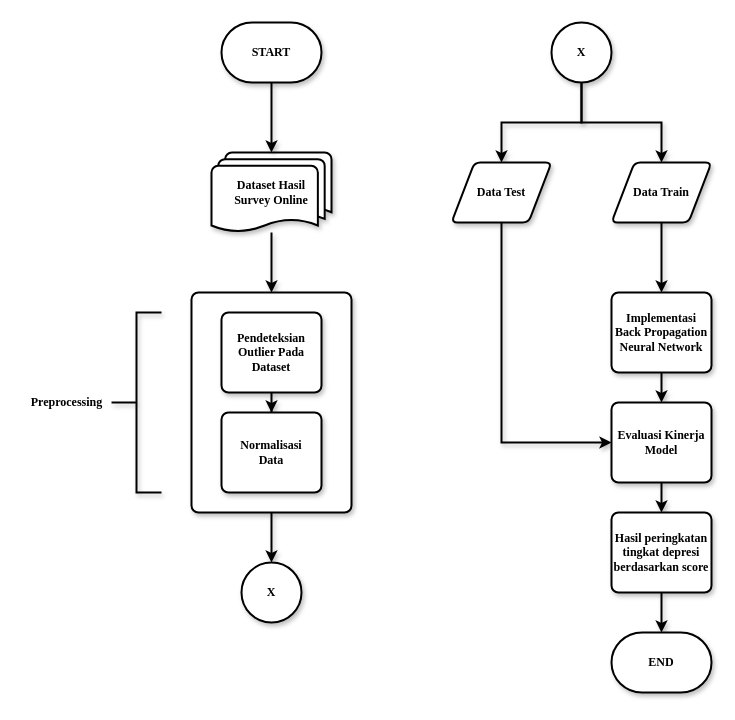
Before: assignments/Flowchart Alur Kerja Penelitian TKSIC.drawio in trueazp/Data-Mining, a draw.io diagram. Source tidied: cells renumbered, new cells numbered last; positions are measured from the earlier drawing's top-left corner, leaving out a move shared by most shapes. Both pictures are drawn from the tidied source at 100%, with x=0, y=0 at pixel (21, 22).
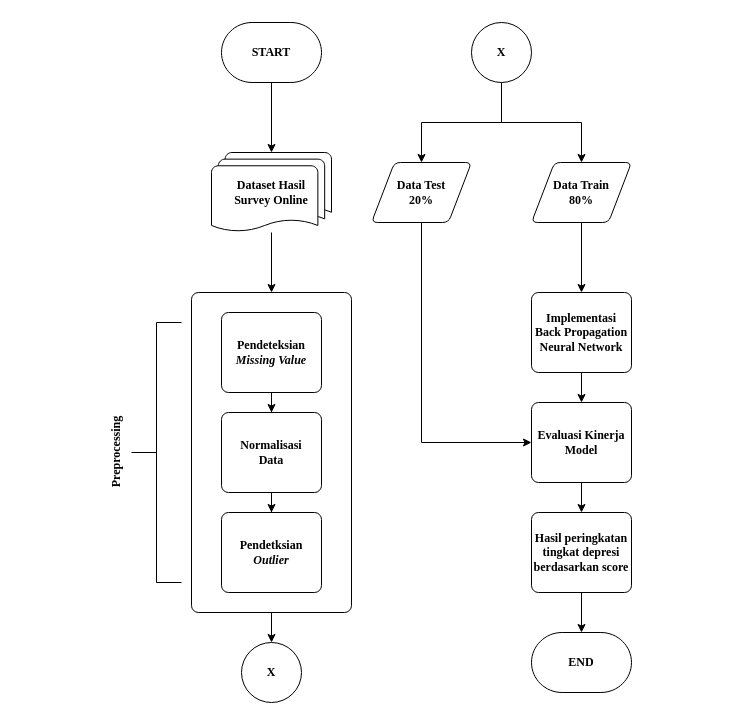
Above is the later version.

Commit message:
hopefully correct - 2

Change to the diagram source:
```diff
@@
-    <mxCell id="2" style="edgeStyle=orthogonalEdgeStyle;rounded=0;jettySize=auto;html=1;entryX=0.5;entryY=0;entryDx=0;entryDy=0;fontColor=default;fontFamily=Times New Roman;fontStyle=1;labelBackgroundColor=none;strokeWidth=2;shadow=1;" parent="1" edge="1" source="3" target="5">
+    <mxCell id="2" style="edgeStyle=orthogonalEdgeStyle;rounded=0;jettySize=auto;html=1;entryX=0.5;entryY=0;entryDx=0;entryDy=0;fontColor=default;fontFamily=Times New Roman;fontStyle=1;labelBackgroundColor=none;strokeWidth=1;shadow=0;" parent="1" edge="1" source="3" target="5">
       <mxGeometry relative="1" as="geometry" />
     </mxCell>
-    <mxCell id="3" value="&lt;div&gt;Dataset Hasil &lt;br&gt;&lt;/div&gt;&lt;div&gt;Survey Online&lt;/div&gt;" style="strokeWidth=2;html=1;shape=mxgraph.flowchart.multi-document;whiteSpace=wrap;labelBackgroundColor=none;fontColor=default;fillColor=default;fontFamily=Times New Roman;fontStyle=1;shadow=1;" parent="1" vertex="1">
+    <mxCell id="3" value="&lt;div&gt;Dataset Hasil &lt;br&gt;&lt;/div&gt;&lt;div&gt;Survey Online&lt;/div&gt;" style="strokeWidth=1;html=1;shape=mxgraph.flowchart.multi-document;whiteSpace=wrap;labelBackgroundColor=none;fontColor=default;fillColor=default;fontFamily=Times New Roman;fontStyle=1;shadow=0;" parent="1" vertex="1">
       <mxGeometry x="190" y="130" width="120" height="80" as="geometry" />
     </mxCell>
-    <mxCell id="4" style="edgeStyle=orthogonalEdgeStyle;rounded=0;jettySize=auto;html=1;entryX=0.5;entryY=0;entryDx=0;entryDy=0;entryPerimeter=0;fontColor=default;fontFamily=Times New Roman;fontStyle=1;labelBackgroundColor=none;strokeWidth=2;shadow=1;" parent="1" edge="1" source="5" target="11">
+    <mxCell id="4" style="edgeStyle=orthogonalEdgeStyle;rounded=0;jettySize=auto;html=1;entryX=0.5;entryY=0;entryDx=0;entryDy=0;entryPerimeter=0;shadow=0;strokeWidth=1;" parent="1" edge="1" source="5" target="11">
       <mxGeometry relative="1" as="geometry" />
     </mxCell>
-    <mxCell id="5" style="rounded=1;whiteSpace=wrap;html=1;absoluteArcSize=1;arcSize=14;strokeWidth=2;labelBackgroundColor=none;fontColor=default;fillColor=default;fontFamily=Times New Roman;fontStyle=1;shadow=1;" parent="1" vertex="1">
-      <mxGeometry x="170" y="270" width="160" height="220" as="geometry" />
+    <mxCell id="5" style="rounded=1;whiteSpace=wrap;html=1;absoluteArcSize=1;arcSize=14;strokeWidth=1;labelBackgroundColor=none;fontColor=default;fillColor=default;fontFamily=Times New Roman;fontStyle=1;shadow=0;" parent="1" vertex="1">
+      <mxGeometry x="170" y="270" width="160" height="320" as="geometry" />
     </mxCell>
-    <mxCell id="6" style="edgeStyle=orthogonalEdgeStyle;rounded=0;jettySize=auto;html=1;entryX=0.5;entryY=0;entryDx=0;entryDy=0;fontColor=default;fontFamily=Times New Roman;fontStyle=1;labelBackgroundColor=none;strokeWidth=2;shadow=1;" parent="1" edge="1" source="7" target="8">
+    <mxCell id="6" style="edgeStyle=orthogonalEdgeStyle;rounded=0;jettySize=auto;html=1;entryX=0.5;entryY=0;entryDx=0;entryDy=0;fontColor=default;fontFamily=Times New Roman;fontStyle=1;labelBackgroundColor=none;strokeWidth=1;shadow=0;" parent="1" edge="1" source="7" target="8">
       <mxGeometry relative="1" as="geometry" />
     </mxCell>
-    <mxCell id="7" value="Pendeteksian Outlier Pada Dataset" style="rounded=1;whiteSpace=wrap;html=1;absoluteArcSize=1;arcSize=14;strokeWidth=2;labelBackgroundColor=none;fontColor=default;fillColor=default;gradientColor=none;fontFamily=Times New Roman;fontStyle=1;shadow=1;" parent="1" vertex="1">
+    <mxCell id="7" value="Pendeteksian &lt;i&gt;Missing Value&lt;/i&gt; " style="rounded=1;whiteSpace=wrap;html=1;absoluteArcSize=1;arcSize=14;strokeWidth=1;labelBackgroundColor=none;fontColor=default;fillColor=default;gradientColor=none;fontFamily=Times New Roman;fontStyle=1;shadow=0;" parent="1" vertex="1">
       <mxGeometry x="200" y="290" width="100" height="80" as="geometry" />
     </mxCell>
+    <mxCell id="28" style="edgeStyle=orthogonalEdgeStyle;rounded=0;jettySize=auto;html=1;shadow=0;strokeWidth=1;" parent="1" edge="1" source="8" target="29">
+      <mxGeometry relative="1" as="geometry" />
+    </mxCell>
-    <mxCell id="8" value="&lt;div&gt;Normalisasi &lt;br&gt;&lt;/div&gt;&lt;div&gt;Data&lt;/div&gt;" style="rounded=1;whiteSpace=wrap;html=1;absoluteArcSize=1;arcSize=14;strokeWidth=2;labelBackgroundColor=none;fontColor=default;fillColor=default;gradientColor=none;fontFamily=Times New Roman;fontStyle=1;shadow=1;" parent="1" vertex="1">
+    <mxCell id="8" value="&lt;div&gt;Normalisasi &lt;br&gt;&lt;/div&gt;&lt;div&gt;Data&lt;/div&gt;" style="rounded=1;whiteSpace=wrap;html=1;absoluteArcSize=1;arcSize=14;strokeWidth=1;labelBackgroundColor=none;fontColor=default;fillColor=default;gradientColor=none;fontFamily=Times New Roman;fontStyle=1;shadow=0;" parent="1" vertex="1">
       <mxGeometry x="200" y="390" width="100" height="80" as="geometry" />
     </mxCell>
-    <mxCell id="9" style="strokeWidth=2;html=1;shape=mxgraph.flowchart.annotation_2;align=left;labelPosition=right;labelBackgroundColor=none;fontColor=default;fillColor=default;gradientColor=none;strokeColor=default;fontFamily=Times New Roman;fontStyle=1;whiteSpace=wrap;shadow=1;" parent="1" vertex="1">
-      <mxGeometry x="90" y="290" width="50" height="180" as="geometry" />
+    <mxCell id="9" style="strokeWidth=1;html=1;shape=mxgraph.flowchart.annotation_2;align=left;labelPosition=right;labelBackgroundColor=none;fontColor=default;fillColor=default;gradientColor=none;strokeColor=default;fontFamily=Times New Roman;fontStyle=1;whiteSpace=wrap;shadow=0;" parent="1" vertex="1">
+      <mxGeometry x="110" y="300" width="50" height="260" as="geometry" />
     </mxCell>
-    <mxCell id="10" value="Preprocessing" style="text;html=1;align=center;verticalAlign=middle;strokeColor=none;fillColor=none;fontColor=default;fontFamily=Times New Roman;fontStyle=1;labelBackgroundColor=none;strokeWidth=2;shadow=1;" parent="1" vertex="1">
-      <mxGeometry y="370" width="90" height="20" as="geometry" />
+    <mxCell id="10" value="Preprocessing" style="text;html=1;align=center;verticalAlign=middle;strokeColor=none;fillColor=none;fontColor=default;fontFamily=Times New Roman;fontStyle=1;labelBackgroundColor=none;strokeWidth=1;shadow=0;rotation=270;" parent="1" vertex="1">
+      <mxGeometry x="50" y="420" width="90" height="20" as="geometry" />
     </mxCell>
-    <mxCell id="11" value="X" style="strokeWidth=2;html=1;shape=mxgraph.flowchart.start_2;whiteSpace=wrap;labelBackgroundColor=none;fontColor=default;fillColor=default;gradientColor=none;fontFamily=Times New Roman;fontStyle=1;shadow=1;" parent="1" vertex="1">
-      <mxGeometry x="220" y="540" width="60" height="60" as="geometry" />
+    <mxCell id="11" value="X" style="strokeWidth=1;html=1;shape=mxgraph.flowchart.start_2;whiteSpace=wrap;labelBackgroundColor=none;fontColor=default;fillColor=default;gradientColor=none;fontFamily=Times New Roman;fontStyle=1;shadow=0;" parent="1" vertex="1">
+      <mxGeometry x="220" y="620" width="60" height="60" as="geometry" />
     </mxCell>
-    <mxCell id="12" style="edgeStyle=orthogonalEdgeStyle;rounded=0;jettySize=auto;html=1;entryX=0.5;entryY=0;entryDx=0;entryDy=0;fontColor=default;fontFamily=Times New Roman;fontStyle=1;labelBackgroundColor=none;strokeWidth=2;shadow=1;" parent="1" edge="1" source="14" target="18">
+    <mxCell id="12" style="edgeStyle=orthogonalEdgeStyle;rounded=0;jettySize=auto;html=1;entryX=0.5;entryY=0;entryDx=0;entryDy=0;fontColor=default;fontFamily=Times New Roman;fontStyle=1;labelBackgroundColor=none;strokeWidth=1;shadow=0;" parent="1" edge="1" source="14" target="18">
       <mxGeometry relative="1" as="geometry" />
     </mxCell>
-    <mxCell id="13" style="edgeStyle=orthogonalEdgeStyle;rounded=0;jettySize=auto;html=1;entryX=0.5;entryY=0;entryDx=0;entryDy=0;fontColor=default;fontFamily=Times New Roman;fontStyle=1;labelBackgroundColor=none;strokeWidth=2;shadow=1;" parent="1" edge="1" source="14" target="16">
+    <mxCell id="13" style="edgeStyle=orthogonalEdgeStyle;rounded=0;jettySize=auto;html=1;entryX=0.5;entryY=0;entryDx=0;entryDy=0;fontColor=default;fontFamily=Times New Roman;fontStyle=1;labelBackgroundColor=none;strokeWidth=1;shadow=0;" parent="1" edge="1" source="14" target="16">
       <mxGeometry relative="1" as="geometry" />
     </mxCell>
-    <mxCell id="14" value="X" style="strokeWidth=2;html=1;shape=mxgraph.flowchart.start_2;whiteSpace=wrap;labelBackgroundColor=none;fontColor=default;fillColor=default;gradientColor=none;fontFamily=Times New Roman;fontStyle=1;shadow=1;" parent="1" vertex="1">
-      <mxGeometry x="530" width="60" height="60" as="geometry" />
+    <mxCell id="14" value="X" style="strokeWidth=1;html=1;shape=mxgraph.flowchart.start_2;whiteSpace=wrap;labelBackgroundColor=none;fontColor=default;fillColor=default;gradientColor=none;fontFamily=Times New Roman;fontStyle=1;shadow=0;" parent="1" vertex="1">
+      <mxGeometry x="450" width="60" height="60" as="geometry" />
     </mxCell>
-    <mxCell id="15" style="edgeStyle=orthogonalEdgeStyle;rounded=0;jettySize=auto;html=1;entryX=0;entryY=0.5;entryDx=0;entryDy=0;fontColor=default;exitX=0.5;exitY=1;exitDx=0;exitDy=0;fontFamily=Times New Roman;fontStyle=1;labelBackgroundColor=none;strokeWidth=2;shadow=1;" parent="1" edge="1" source="16" target="22">
+    <mxCell id="15" style="edgeStyle=orthogonalEdgeStyle;rounded=0;jettySize=auto;html=1;entryX=0;entryY=0.5;entryDx=0;entryDy=0;fontColor=default;exitX=0.5;exitY=1;exitDx=0;exitDy=0;fontFamily=Times New Roman;fontStyle=1;labelBackgroundColor=none;strokeWidth=1;shadow=0;" parent="1" edge="1" source="16" target="22">
       <mxGeometry relative="1" as="geometry">
         <Array as="points">
-          <mxPoint x="480" y="420" />
+          <mxPoint x="400" y="420" />
         </Array>
       </mxGeometry>
     </mxCell>
-    <mxCell id="16" value="Data Test" style="shape=parallelogram;html=1;strokeWidth=2;perimeter=parallelogramPerimeter;whiteSpace=wrap;rounded=1;arcSize=12;size=0.23;labelBackgroundColor=none;fontColor=default;fillColor=default;gradientColor=none;fontFamily=Times New Roman;fontStyle=1;shadow=1;" parent="1" vertex="1">
-      <mxGeometry x="430" y="140" width="100" height="60" as="geometry" />
+    <mxCell id="16" value="&lt;div&gt;Data Test &lt;br&gt;&lt;/div&gt;&lt;div&gt;20%&lt;br&gt;&lt;/div&gt;" style="shape=parallelogram;html=1;strokeWidth=1;perimeter=parallelogramPerimeter;whiteSpace=wrap;rounded=1;arcSize=12;size=0.23;labelBackgroundColor=none;fontColor=default;fillColor=default;gradientColor=none;fontFamily=Times New Roman;fontStyle=1;shadow=0;" parent="1" vertex="1">
+      <mxGeometry x="350" y="140" width="100" height="60" as="geometry" />
     </mxCell>
-    <mxCell id="17" style="edgeStyle=orthogonalEdgeStyle;rounded=0;jettySize=auto;html=1;entryX=0.5;entryY=0;entryDx=0;entryDy=0;fontColor=default;fontFamily=Times New Roman;fontStyle=1;labelBackgroundColor=none;strokeWidth=2;shadow=1;" parent="1" edge="1" source="18" target="20">
+    <mxCell id="17" style="edgeStyle=orthogonalEdgeStyle;rounded=0;jettySize=auto;html=1;entryX=0.5;entryY=0;entryDx=0;entryDy=0;fontColor=default;fontFamily=Times New Roman;fontStyle=1;labelBackgroundColor=none;strokeWidth=1;shadow=0;" parent="1" edge="1" source="18" target="20">
       <mxGeometry relative="1" as="geometry" />
     </mxCell>
-    <mxCell id="18" value="Data Train" style="shape=parallelogram;html=1;strokeWidth=2;perimeter=parallelogramPerimeter;whiteSpace=wrap;rounded=1;arcSize=12;size=0.23;labelBackgroundColor=none;fontColor=default;fillColor=default;gradientColor=none;fontFamily=Times New Roman;fontStyle=1;shadow=1;" parent="1" vertex="1">
-      <mxGeometry x="590" y="140" width="100" height="60" as="geometry" />
+    <mxCell id="18" value="&lt;div&gt;Data Train&lt;/div&gt;&lt;div&gt;80%&lt;br&gt;&lt;/div&gt;" style="shape=parallelogram;html=1;strokeWidth=1;perimeter=parallelogramPerimeter;whiteSpace=wrap;rounded=1;arcSize=12;size=0.23;labelBackgroundColor=none;fontColor=default;fillColor=default;gradientColor=none;fontFamily=Times New Roman;fontStyle=1;shadow=0;" parent="1" vertex="1">
+      <mxGeometry x="510" y="140" width="100" height="60" as="geometry" />
     </mxCell>
-    <mxCell id="19" style="edgeStyle=orthogonalEdgeStyle;rounded=0;jettySize=auto;html=1;entryX=0.5;entryY=0;entryDx=0;entryDy=0;fontColor=default;fontFamily=Times New Roman;fontStyle=1;labelBackgroundColor=none;strokeWidth=2;shadow=1;" parent="1" edge="1" source="20" target="22">
+    <mxCell id="19" style="edgeStyle=orthogonalEdgeStyle;rounded=0;jettySize=auto;html=1;entryX=0.5;entryY=0;entryDx=0;entryDy=0;fontColor=default;fontFamily=Times New Roman;fontStyle=1;labelBackgroundColor=none;strokeWidth=1;shadow=0;" parent="1" edge="1" source="20" target="22">
       <mxGeometry relative="1" as="geometry" />
     </mxCell>
-    <mxCell id="20" value="Implementasi Back Propagation Neural Network" style="rounded=1;whiteSpace=wrap;html=1;absoluteArcSize=1;arcSize=14;strokeWidth=2;labelBackgroundColor=none;fontColor=default;fillColor=default;gradientColor=none;fontFamily=Times New Roman;fontStyle=1;shadow=1;" parent="1" vertex="1">
-      <mxGeometry x="590" y="270" width="100" height="80" as="geometry" />
+    <mxCell id="20" value="Implementasi Back Propagation Neural Network" style="rounded=1;whiteSpace=wrap;html=1;absoluteArcSize=1;arcSize=14;strokeWidth=1;labelBackgroundColor=none;fontColor=default;fillColor=default;gradientColor=none;fontFamily=Times New Roman;fontStyle=1;shadow=0;" parent="1" vertex="1">
+      <mxGeometry x="510" y="270" width="100" height="80" as="geometry" />
     </mxCell>
-    <mxCell id="21" style="edgeStyle=orthogonalEdgeStyle;rounded=0;jettySize=auto;html=1;exitX=0.5;exitY=1;exitDx=0;exitDy=0;entryX=0.5;entryY=0;entryDx=0;entryDy=0;fontColor=default;fontFamily=Times New Roman;fontStyle=1;labelBackgroundColor=none;strokeWidth=2;shadow=1;" parent="1" edge="1" source="22" target="24">
+    <mxCell id="21" style="edgeStyle=orthogonalEdgeStyle;rounded=0;jettySize=auto;html=1;exitX=0.5;exitY=1;exitDx=0;exitDy=0;entryX=0.5;entryY=0;entryDx=0;entryDy=0;fontColor=default;fontFamily=Times New Roman;fontStyle=1;labelBackgroundColor=none;strokeWidth=1;shadow=0;" parent="1" edge="1" source="22" target="24">
       <mxGeometry relative="1" as="geometry" />
     </mxCell>
-    <mxCell id="22" value="Evaluasi Kinerja Model" style="rounded=1;whiteSpace=wrap;html=1;absoluteArcSize=1;arcSize=14;strokeWidth=2;labelBackgroundColor=none;fontColor=default;fillColor=default;gradientColor=none;fontFamily=Times New Roman;fontStyle=1;shadow=1;" parent="1" vertex="1">
-      <mxGeometry x="590" y="380" width="100" height="80" as="geometry" />
+    <mxCell id="22" value="Evaluasi Kinerja Model" style="rounded=1;whiteSpace=wrap;html=1;absoluteArcSize=1;arcSize=14;strokeWidth=1;labelBackgroundColor=none;fontColor=default;fillColor=default;gradientColor=none;fontFamily=Times New Roman;fontStyle=1;shadow=0;" parent="1" vertex="1">
+      <mxGeometry x="510" y="380" width="100" height="80" as="geometry" />
     </mxCell>
-    <mxCell id="23" style="edgeStyle=orthogonalEdgeStyle;rounded=0;jettySize=auto;html=1;exitX=0.5;exitY=1;exitDx=0;exitDy=0;entryX=0.5;entryY=0;entryDx=0;entryDy=0;entryPerimeter=0;fontColor=default;fontFamily=Times New Roman;fontStyle=1;labelBackgroundColor=none;strokeWidth=2;shadow=1;" parent="1" edge="1" source="24" target="25">
+    <mxCell id="23" style="edgeStyle=orthogonalEdgeStyle;rounded=0;jettySize=auto;html=1;exitX=0.5;exitY=1;exitDx=0;exitDy=0;entryX=0.5;entryY=0;entryDx=0;entryDy=0;entryPerimeter=0;fontColor=default;fontFamily=Times New Roman;fontStyle=1;labelBackgroundColor=none;strokeWidth=1;shadow=0;" parent="1" edge="1" source="24" target="25">
       <mxGeometry relative="1" as="geometry" />
     </mxCell>
-    <mxCell id="24" value="Hasil peringkatan tingkat depresi berdasarkan score" style="rounded=1;whiteSpace=wrap;html=1;absoluteArcSize=1;arcSize=14;strokeWidth=2;labelBackgroundColor=none;fontColor=default;fillColor=default;gradientColor=none;fontFamily=Times New Roman;fontStyle=1;shadow=1;" parent="1" vertex="1">
-      <mxGeometry x="590" y="490" width="100" height="80" as="geometry" />
+    <mxCell id="24" value="Hasil peringkatan tingkat depresi berdasarkan score" style="rounded=1;whiteSpace=wrap;html=1;absoluteArcSize=1;arcSize=14;strokeWidth=1;labelBackgroundColor=none;fontColor=default;fillColor=default;gradientColor=none;fontFamily=Times New Roman;fontStyle=1;shadow=0;" parent="1" vertex="1">
+      <mxGeometry x="510" y="490" width="100" height="80" as="geometry" />
     </mxCell>
-    <mxCell id="25" value="END" style="strokeWidth=2;html=1;shape=mxgraph.flowchart.terminator;whiteSpace=wrap;labelBackgroundColor=none;fontColor=default;fillColor=default;gradientColor=none;fontFamily=Times New Roman;fontStyle=1;shadow=1;" parent="1" vertex="1">
-      <mxGeometry x="590" y="610" width="100" height="60" as="geometry" />
+    <mxCell id="25" value="END" style="strokeWidth=1;html=1;shape=mxgraph.flowchart.terminator;whiteSpace=wrap;labelBackgroundColor=none;fontColor=default;fillColor=default;gradientColor=none;fontFamily=Times New Roman;fontStyle=1;shadow=0;" parent="1" vertex="1">
+      <mxGeometry x="510" y="610" width="100" height="60" as="geometry" />
     </mxCell>
-    <mxCell id="26" style="edgeStyle=orthogonalEdgeStyle;rounded=0;jettySize=auto;html=1;entryX=0.5;entryY=0;entryDx=0;entryDy=0;entryPerimeter=0;fontColor=default;fontFamily=Times New Roman;fontStyle=1;labelBackgroundColor=none;strokeWidth=2;shadow=1;" parent="1" edge="1" source="27" target="3">
+    <mxCell id="26" style="edgeStyle=orthogonalEdgeStyle;rounded=0;jettySize=auto;html=1;entryX=0.5;entryY=0;entryDx=0;entryDy=0;entryPerimeter=0;fontColor=default;fontFamily=Times New Roman;fontStyle=1;labelBackgroundColor=none;strokeWidth=1;shadow=0;" parent="1" edge="1" source="27" target="3">
       <mxGeometry relative="1" as="geometry" />
     </mxCell>
-    <mxCell id="27" value="START" style="strokeWidth=2;html=1;shape=mxgraph.flowchart.terminator;whiteSpace=wrap;labelBackgroundColor=none;fontColor=default;fillColor=default;gradientColor=none;fontFamily=Times New Roman;fontStyle=1;shadow=1;" parent="1" vertex="1">
+    <mxCell id="27" value="START" style="strokeWidth=1;html=1;shape=mxgraph.flowchart.terminator;whiteSpace=wrap;labelBackgroundColor=none;fontColor=default;fillColor=default;gradientColor=none;fontFamily=Times New Roman;fontStyle=1;shadow=0;" parent="1" vertex="1">
       <mxGeometry x="200" width="100" height="60" as="geometry" />
     </mxCell>
+    <mxCell id="29" value="Pendetksian &lt;i&gt;Outlier&lt;/i&gt;" style="rounded=1;whiteSpace=wrap;html=1;absoluteArcSize=1;arcSize=14;strokeWidth=1;labelBackgroundColor=none;fontColor=default;fillColor=default;gradientColor=none;fontFamily=Times New Roman;fontStyle=1;shadow=0;" parent="1" vertex="1">
+      <mxGeometry x="200" y="490" width="100" height="80" as="geometry" />
+    </mxCell>
```
